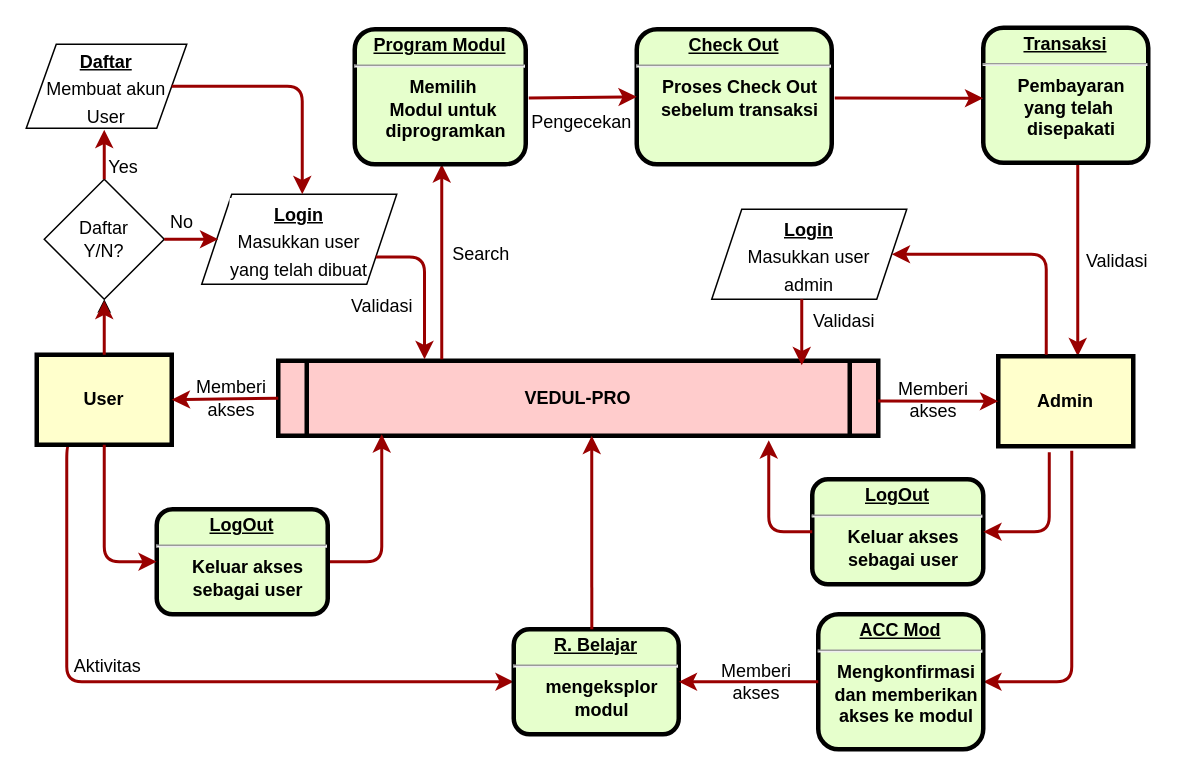
Earlier version of the draw.io diagram Untitled Diagram.drawio (Nur-Hidayat-FTI22E/kelompok-24A). Source tidied: cells renumbered, new cells numbered last; positions are measured from the earlier drawing's top-left corner, leaving out a move shared by most shapes. Both pictures are drawn from the tidied source at 150%, with x=0, y=0 at pixel (26, 27).
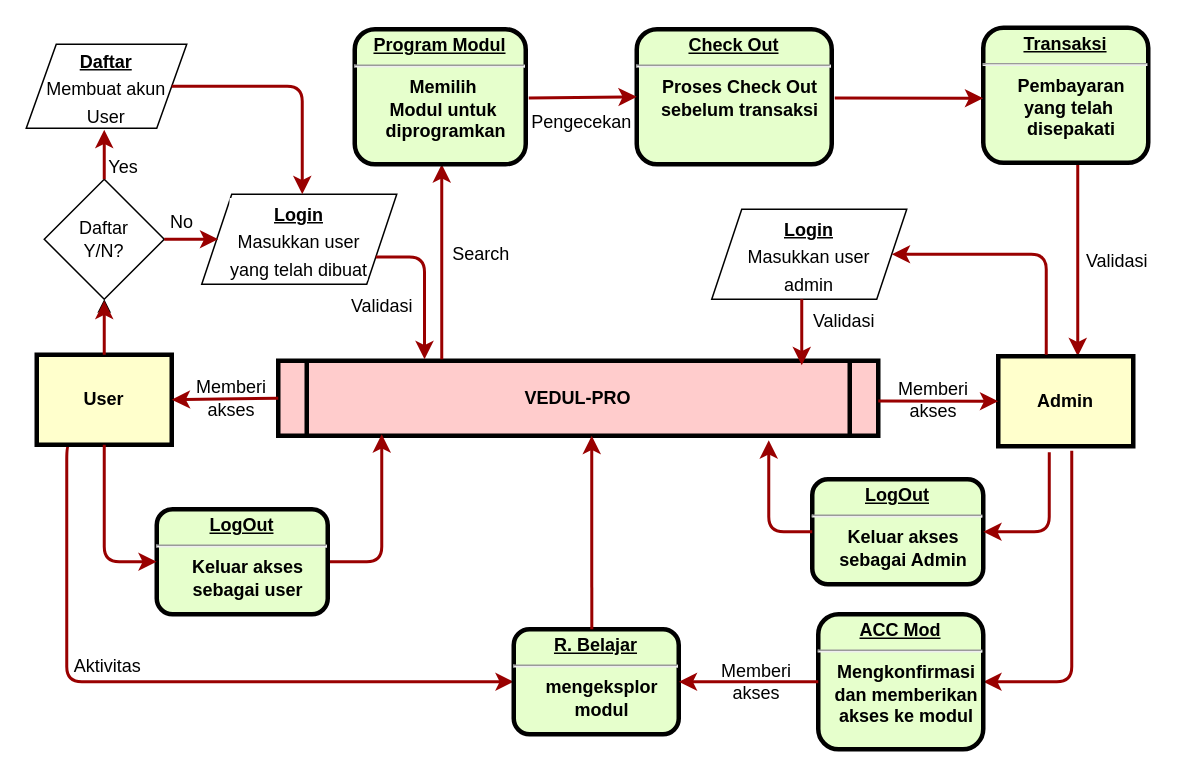
Above is the later version.

Change to the diagram source:
```diff
@@
-    <mxCell id="33" value="&lt;p style=&quot;margin: 4px 0px 0px; text-decoration: underline;&quot;&gt;LogOut&lt;/p&gt;&lt;hr&gt;&lt;p style=&quot;margin: 0px; margin-left: 8px;&quot;&gt;Keluar akses&lt;/p&gt;&lt;p style=&quot;margin: 0px; margin-left: 8px;&quot;&gt;sebagai user&lt;/p&gt;" style="verticalAlign=middle;align=center;overflow=fill;fontSize=12;fontFamily=Helvetica;html=1;rounded=1;fontStyle=1;strokeWidth=3;fillColor=#E6FFCC;" parent="1" vertex="1">
+    <mxCell id="33" value="&lt;p style=&quot;margin: 4px 0px 0px; text-decoration: underline;&quot;&gt;LogOut&lt;/p&gt;&lt;hr&gt;&lt;p style=&quot;margin: 0px; margin-left: 8px;&quot;&gt;Keluar akses&lt;/p&gt;&lt;p style=&quot;margin: 0px; margin-left: 8px;&quot;&gt;sebagai Admin&lt;/p&gt;" style="verticalAlign=middle;align=center;overflow=fill;fontSize=12;fontFamily=Helvetica;html=1;rounded=1;fontStyle=1;strokeWidth=3;fillColor=#E6FFCC;" parent="1" vertex="1">
       <mxGeometry x="524" y="301" width="114" height="70" as="geometry" />
     </mxCell>
```
